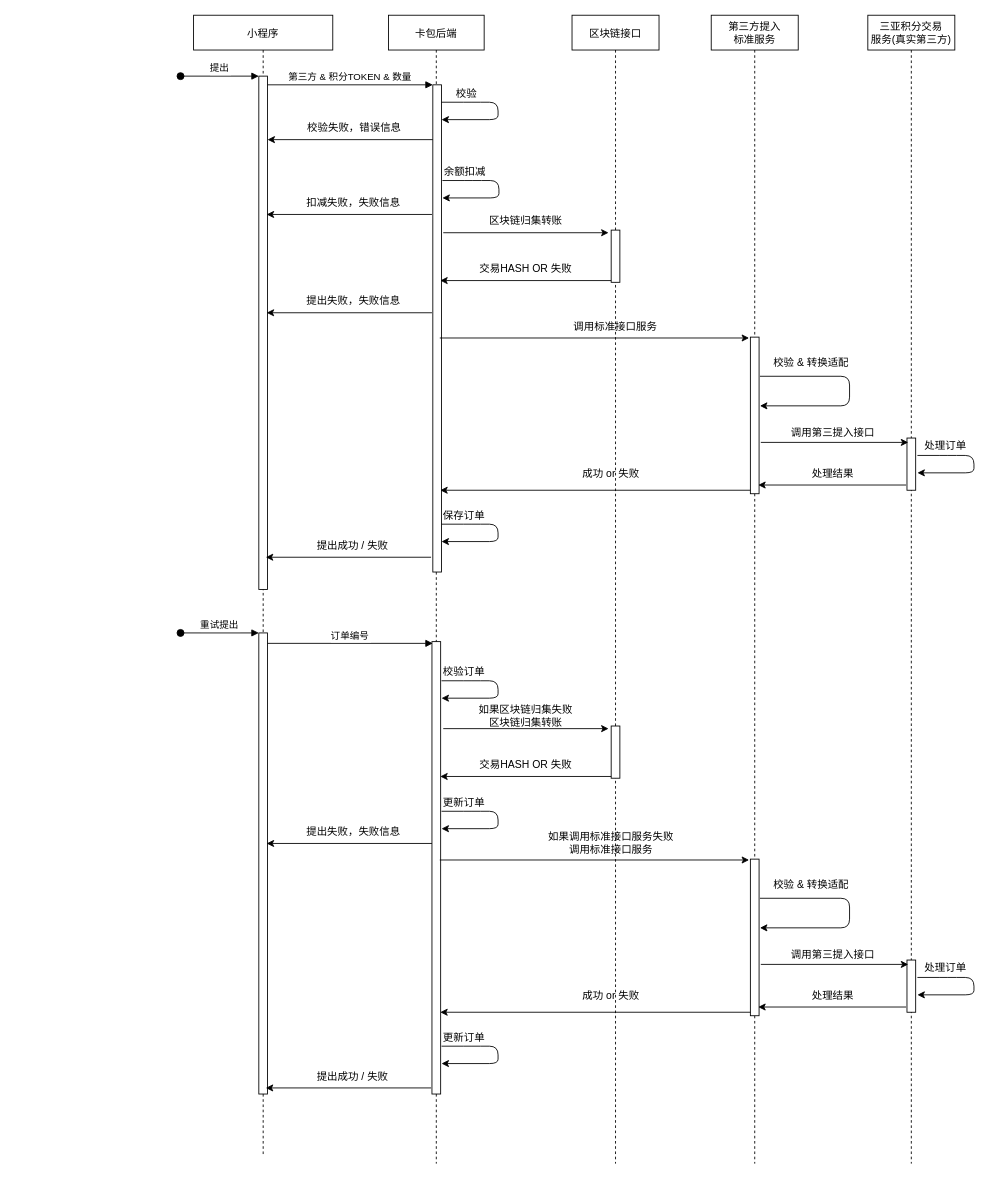
lq186/diagrams keeps this draw.io diagram as cardbag/cardbag_third_part.drawio. Above is the earlier version. Source tidied: cells renumbered, new cells numbered last; positions are measured from the earlier drawing's top-left corner, leaving out a move shared by most shapes. Both pictures are drawn from the tidied source at 87%, with x=0, y=0 at pixel (180, 15).
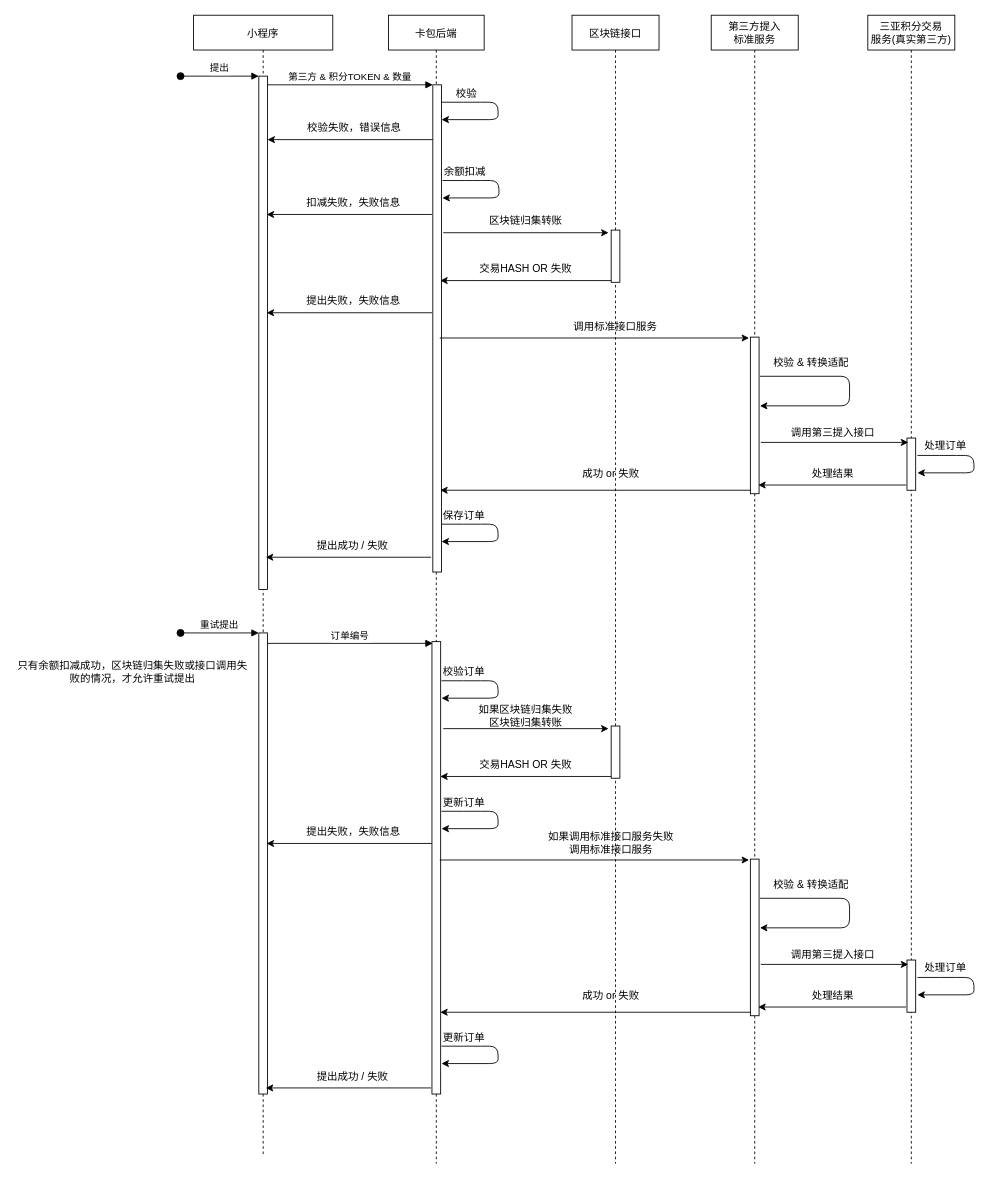
The same page after the edit.

The edit, as a diff of the source:
```diff
@@
+    <mxCell id="77" value="只有余额扣减成功，区块链归集失败或接口调用失败的情况，才允许重试提出" style="text;html=1;strokeColor=none;fillColor=none;align=center;verticalAlign=middle;whiteSpace=wrap;rounded=0;" parent="1" vertex="1">
+      <mxGeometry x="-190" y="745" width="270" height="20" as="geometry" />
+    </mxCell>
```
